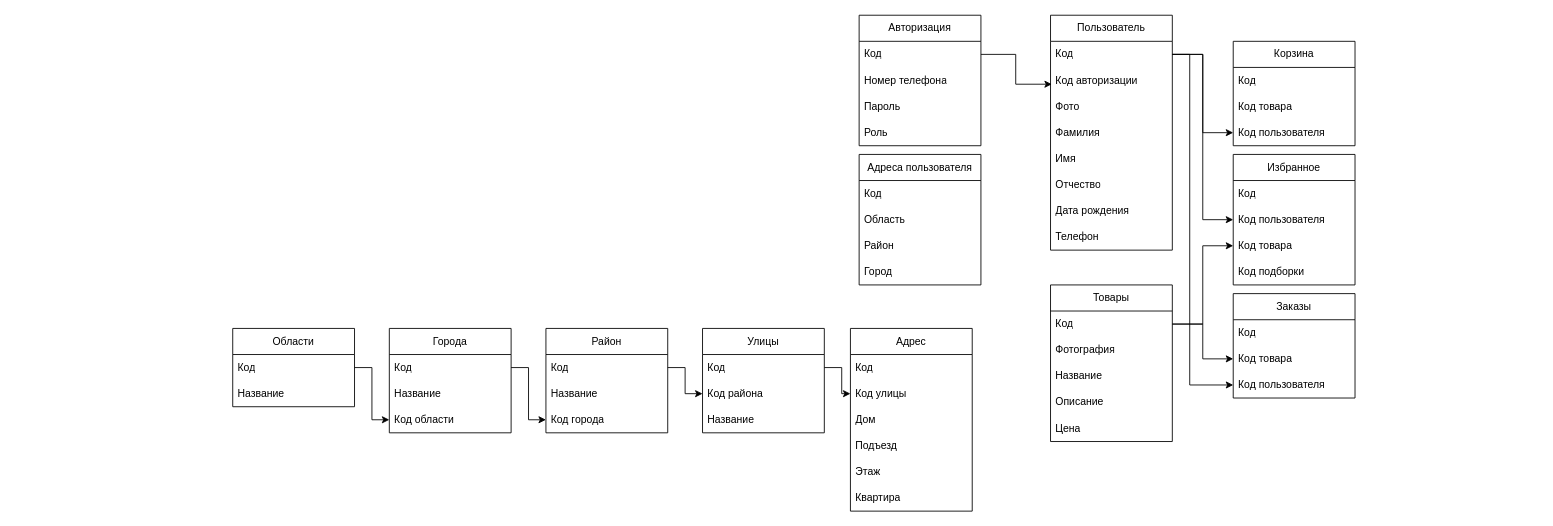
Above: Documents/SchemaBD.drawio in Anasikus/FlowersLife (draw.io), before the change. Source tidied: cells renumbered, new cells numbered last; positions are measured from the earlier drawing's top-left corner, leaving out a move shared by most shapes. Both pictures are drawn from the tidied source at 87%, with x=0, y=0 at pixel (232, 15).
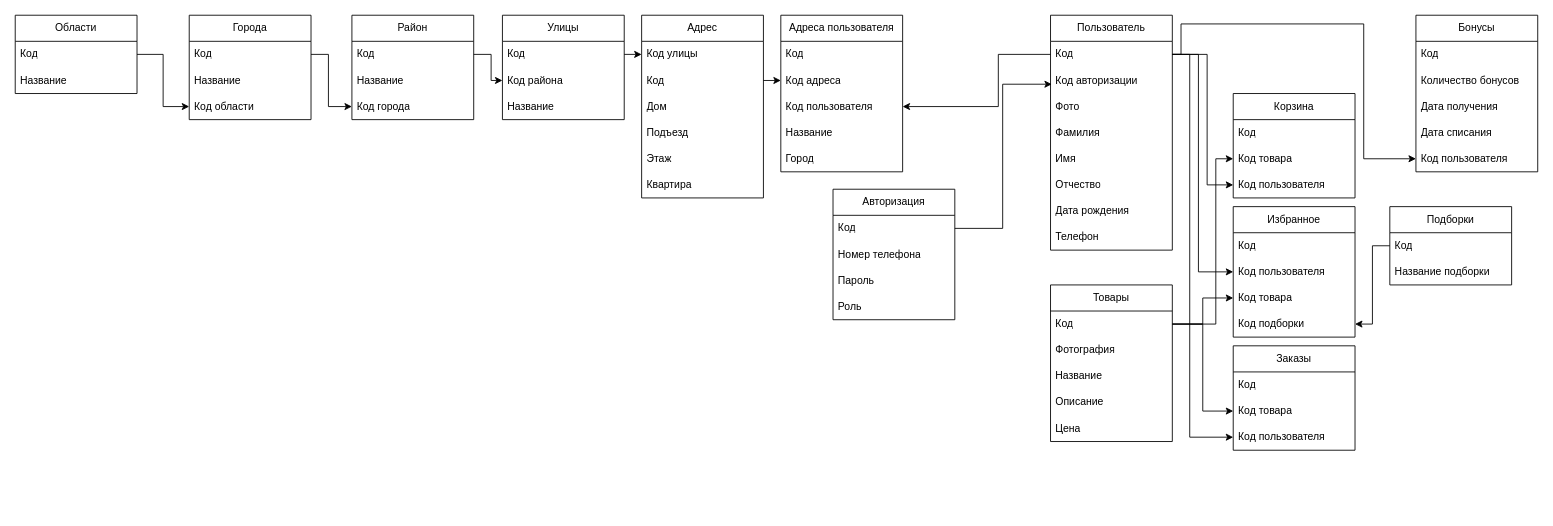
Above is the later version.

The change refers to these unchanged cells:
```xml
<mxCell id="8" value="Код" style="text;strokeColor=none;fillColor=none;align=left;verticalAlign=middle;spacingLeft=4;spacingRight=4;overflow=hidden;points=[[0,0.5],[1,0.5]];portConstraint=eastwest;whiteSpace=wrap;html=1;" parent="7" vertex="1">
  <mxGeometry y="30" width="140" height="30" as="geometry" />
</mxCell>
<mxCell id="19" value="Код пользователя" style="text;strokeColor=none;fillColor=none;align=left;verticalAlign=middle;spacingLeft=4;spacingRight=4;overflow=hidden;points=[[0,0.5],[1,0.5]];portConstraint=eastwest;whiteSpace=wrap;html=1;" parent="16" vertex="1">
  <mxGeometry y="90" width="140" height="30" as="geometry" />
</mxCell>
<mxCell id="26" value="Код" style="text;strokeColor=none;fillColor=none;align=left;verticalAlign=middle;spacingLeft=4;spacingRight=4;overflow=hidden;points=[[0,0.5],[1,0.5]];portConstraint=eastwest;whiteSpace=wrap;html=1;" parent="25" vertex="1">
  <mxGeometry y="30" width="140" height="30" as="geometry" />
</mxCell>
<mxCell id="34" value="Код пользователя" style="text;strokeColor=none;fillColor=none;align=left;verticalAlign=middle;spacingLeft=4;spacingRight=4;overflow=hidden;points=[[0,0.5],[1,0.5]];portConstraint=eastwest;whiteSpace=wrap;html=1;" parent="32" vertex="1">
  <mxGeometry y="60" width="140" height="30" as="geometry" />
</mxCell>
<mxCell id="36" value="Код подборки" style="text;strokeColor=none;fillColor=none;align=left;verticalAlign=middle;spacingLeft=4;spacingRight=4;overflow=hidden;points=[[0,0.5],[1,0.5]];portConstraint=eastwest;whiteSpace=wrap;html=1;" parent="32" vertex="1">
  <mxGeometry y="120" width="140" height="30" as="geometry" />
</mxCell>
<mxCell id="40" value="Код товара" style="text;strokeColor=none;fillColor=none;align=left;verticalAlign=middle;spacingLeft=4;spacingRight=4;overflow=hidden;points=[[0,0.5],[1,0.5]];portConstraint=eastwest;whiteSpace=wrap;html=1;" parent="38" vertex="1">
  <mxGeometry y="60" width="140" height="30" as="geometry" />
</mxCell>
<mxCell id="41" value="Код пользователя" style="text;strokeColor=none;fillColor=none;align=left;verticalAlign=middle;spacingLeft=4;spacingRight=4;overflow=hidden;points=[[0,0.5],[1,0.5]];portConstraint=eastwest;whiteSpace=wrap;html=1;" parent="38" vertex="1">
  <mxGeometry y="90" width="140" height="30" as="geometry" />
</mxCell>
<mxCell id="50" value="Код" style="text;strokeColor=none;fillColor=none;align=left;verticalAlign=middle;spacingLeft=4;spacingRight=4;overflow=hidden;points=[[0,0.5],[1,0.5]];portConstraint=eastwest;whiteSpace=wrap;html=1;" parent="49" vertex="1">
  <mxGeometry y="30" width="140" height="30" as="geometry" />
</mxCell>
<mxCell id="56" value="Код города" style="text;strokeColor=none;fillColor=none;align=left;verticalAlign=middle;spacingLeft=4;spacingRight=4;overflow=hidden;points=[[0,0.5],[1,0.5]];portConstraint=eastwest;whiteSpace=wrap;html=1;" parent="53" vertex="1">
  <mxGeometry y="90" width="140" height="30" as="geometry" />
</mxCell>
```

The edit, as a diff of the source:
```diff
@@
     <mxCell id="2" value="Авторизация" style="swimlane;fontStyle=0;horizontal=1;startSize=30;whiteSpace=wrap;html=1;" parent="1" vertex="1">
-      <mxGeometry x="720" width="140" height="150" as="geometry" />
+      <mxGeometry x="690" y="200" width="140" height="150" as="geometry" />
     </mxCell>
@@
     <mxCell id="16" value="Заказы" style="swimlane;fontStyle=0;horizontal=1;startSize=30;whiteSpace=wrap;html=1;" parent="1" vertex="1">
-      <mxGeometry x="1150" y="320" width="140" height="120" as="geometry" />
+      <mxGeometry x="1150" y="380" width="140" height="120" as="geometry" />
     </mxCell>
@@
     <mxCell id="20" value="Адреса пользователя" style="swimlane;fontStyle=0;horizontal=1;startSize=30;whiteSpace=wrap;html=1;" parent="1" vertex="1">
-      <mxGeometry x="720" y="160" width="140" height="150" as="geometry" />
+      <mxGeometry x="630" width="140" height="180" as="geometry" />
     </mxCell>
@@
-    <mxCell id="22" value="Область" style="text;strokeColor=none;fillColor=none;align=left;verticalAlign=middle;spacingLeft=4;spacingRight=4;overflow=hidden;points=[[0,0.5],[1,0.5]];portConstraint=eastwest;whiteSpace=wrap;html=1;" parent="20" vertex="1">
+    <mxCell id="22" value="Код адреса" style="text;strokeColor=none;fillColor=none;align=left;verticalAlign=middle;spacingLeft=4;spacingRight=4;overflow=hidden;points=[[0,0.5],[1,0.5]];portConstraint=eastwest;whiteSpace=wrap;html=1;" parent="20" vertex="1">
       <mxGeometry y="60" width="140" height="30" as="geometry" />
     </mxCell>
+    <mxCell id="72" value="Код пользователя" style="text;strokeColor=none;fillColor=none;align=left;verticalAlign=middle;spacingLeft=4;spacingRight=4;overflow=hidden;points=[[0,0.5],[1,0.5]];portConstraint=eastwest;whiteSpace=wrap;html=1;" parent="20" vertex="1">
+      <mxGeometry y="90" width="140" height="30" as="geometry" />
+    </mxCell>
-    <mxCell id="23" value="Район" style="text;strokeColor=none;fillColor=none;align=left;verticalAlign=middle;spacingLeft=4;spacingRight=4;overflow=hidden;whiteSpace=wrap;html=1;" parent="20" vertex="1">
-      <mxGeometry y="90" width="140" height="30" as="geometry" />
+    <mxCell id="23" value="Название" style="text;strokeColor=none;fillColor=none;align=left;verticalAlign=middle;spacingLeft=4;spacingRight=4;overflow=hidden;whiteSpace=wrap;html=1;" parent="20" vertex="1">
+      <mxGeometry y="120" width="140" height="30" as="geometry" />
     </mxCell>
     <mxCell id="24" value="Город" style="text;strokeColor=none;fillColor=none;align=left;verticalAlign=middle;spacingLeft=4;spacingRight=4;overflow=hidden;whiteSpace=wrap;html=1;" parent="20" vertex="1">
-      <mxGeometry y="120" width="140" height="30" as="geometry" />
+      <mxGeometry y="150" width="140" height="30" as="geometry" />
     </mxCell>
@@
     <mxCell id="32" value="Избранное" style="swimlane;fontStyle=0;horizontal=1;startSize=30;whiteSpace=wrap;html=1;" parent="1" vertex="1">
-      <mxGeometry x="1150" y="160" width="140" height="150" as="geometry" />
+      <mxGeometry x="1150" y="220" width="140" height="150" as="geometry" />
     </mxCell>
@@
     <mxCell id="38" value="Корзина" style="swimlane;fontStyle=0;horizontal=1;startSize=30;whiteSpace=wrap;html=1;" parent="1" vertex="1">
-      <mxGeometry x="1150" y="30" width="140" height="120" as="geometry" />
+      <mxGeometry x="1150" y="90" width="140" height="120" as="geometry" />
     </mxCell>
@@
     <mxCell id="43" style="edgeStyle=orthogonalEdgeStyle;rounded=0;jettySize=auto;html=1;exitX=1;exitY=0.5;exitDx=0;exitDy=0;entryX=0;entryY=0.5;entryDx=0;entryDy=0;" parent="1" edge="1" source="8" target="41">
-      <mxGeometry relative="1" as="geometry" />
+      <mxGeometry relative="1" as="geometry">
+        <Array as="points">
+          <mxPoint x="1120" y="45" />
+          <mxPoint x="1120" y="195" />
+        </Array>
+      </mxGeometry>
     </mxCell>
     <mxCell id="44" style="edgeStyle=orthogonalEdgeStyle;rounded=0;jettySize=auto;html=1;exitX=1;exitY=0.5;exitDx=0;exitDy=0;entryX=0;entryY=0.5;entryDx=0;entryDy=0;" parent="1" edge="1" source="8" target="34">
       <mxGeometry relative="1" as="geometry">
         <Array as="points">
-          <mxPoint x="1115" y="45" />
-          <mxPoint x="1115" y="235" />
+          <mxPoint x="1110" y="45" />
+          <mxPoint x="1110" y="295" />
         </Array>
       </mxGeometry>
     </mxCell>
     <mxCell id="45" style="edgeStyle=orthogonalEdgeStyle;rounded=0;jettySize=auto;html=1;exitX=1;exitY=0.5;exitDx=0;exitDy=0;entryX=0;entryY=0.5;entryDx=0;entryDy=0;" parent="1" edge="1" source="8" target="19">
       <mxGeometry relative="1" as="geometry">
         <Array as="points">
           <mxPoint x="1100" y="45" />
-          <mxPoint x="1100" y="425" />
+          <mxPoint x="1100" y="485" />
         </Array>
       </mxGeometry>
     </mxCell>
     <mxCell id="46" value="Области" style="swimlane;fontStyle=0;horizontal=1;startSize=30;whiteSpace=wrap;html=1;" parent="1" vertex="1">
-      <mxGeometry y="360" width="140" height="90" as="geometry" />
+      <mxGeometry x="-250" width="140" height="90" as="geometry" />
     </mxCell>
@@
     <mxCell id="49" value="Города" style="swimlane;fontStyle=0;horizontal=1;startSize=30;whiteSpace=wrap;html=1;" parent="1" vertex="1">
-      <mxGeometry x="180" y="360" width="140" height="120" as="geometry" />
+      <mxGeometry x="-50" width="140" height="120" as="geometry" />
     </mxCell>
@@
     <mxCell id="53" value="Район" style="swimlane;fontStyle=0;horizontal=1;startSize=30;whiteSpace=wrap;html=1;" parent="1" vertex="1">
-      <mxGeometry x="360" y="360" width="140" height="120" as="geometry" />
+      <mxGeometry x="137" width="140" height="120" as="geometry" />
     </mxCell>
@@
     <mxCell id="57" value="Улицы" style="swimlane;fontStyle=0;horizontal=1;startSize=30;whiteSpace=wrap;html=1;" parent="1" vertex="1">
-      <mxGeometry x="540" y="360" width="140" height="120" as="geometry" />
+      <mxGeometry x="310" width="140" height="120" as="geometry" />
     </mxCell>
@@
     <mxCell id="61" value="Адрес" style="swimlane;fontStyle=0;horizontal=1;startSize=30;whiteSpace=wrap;html=1;" parent="1" vertex="1">
-      <mxGeometry x="710" y="360" width="140" height="210" as="geometry" />
+      <mxGeometry x="470" width="140" height="210" as="geometry" />
     </mxCell>
+    <mxCell id="63" value="Код улицы" style="text;strokeColor=none;fillColor=none;align=left;verticalAlign=middle;spacingLeft=4;spacingRight=4;overflow=hidden;points=[[0,0.5],[1,0.5]];portConstraint=eastwest;whiteSpace=wrap;html=1;" parent="61" vertex="1">
+      <mxGeometry y="30" width="140" height="30" as="geometry" />
+    </mxCell>
     <mxCell id="62" value="Код" style="text;strokeColor=none;fillColor=none;align=left;verticalAlign=middle;spacingLeft=4;spacingRight=4;overflow=hidden;points=[[0,0.5],[1,0.5]];portConstraint=eastwest;whiteSpace=wrap;html=1;" parent="61" vertex="1">
-      <mxGeometry y="30" width="140" height="30" as="geometry" />
+      <mxGeometry y="60" width="140" height="30" as="geometry" />
     </mxCell>
-    <mxCell id="63" value="Код улицы" style="text;strokeColor=none;fillColor=none;align=left;verticalAlign=middle;spacingLeft=4;spacingRight=4;overflow=hidden;points=[[0,0.5],[1,0.5]];portConstraint=eastwest;whiteSpace=wrap;html=1;" parent="61" vertex="1">
-      <mxGeometry y="60" width="140" height="30" as="geometry" />
-    </mxCell>
@@
     <mxCell id="69" style="edgeStyle=orthogonalEdgeStyle;rounded=0;jettySize=auto;html=1;exitX=1;exitY=0.5;exitDx=0;exitDy=0;entryX=0;entryY=0.5;entryDx=0;entryDy=0;" parent="1" edge="1" source="50" target="56">
-      <mxGeometry relative="1" as="geometry" />
+      <mxGeometry relative="1" as="geometry">
+        <Array as="points">
+          <mxPoint x="110" y="45" />
+          <mxPoint x="110" y="105" />
+        </Array>
+      </mxGeometry>
     </mxCell>
@@
+    <mxCell id="73" style="edgeStyle=orthogonalEdgeStyle;rounded=0;jettySize=auto;html=1;exitX=1;exitY=0.5;exitDx=0;exitDy=0;entryX=0;entryY=0.5;entryDx=0;entryDy=0;" parent="1" edge="1" source="62" target="22">
+      <mxGeometry relative="1" as="geometry" />
+    </mxCell>
+    <mxCell id="74" style="edgeStyle=orthogonalEdgeStyle;rounded=0;jettySize=auto;html=1;exitX=0;exitY=0.5;exitDx=0;exitDy=0;entryX=1;entryY=0.5;entryDx=0;entryDy=0;" parent="1" edge="1" source="8" target="72">
+      <mxGeometry relative="1" as="geometry">
+        <Array as="points">
+          <mxPoint x="880" y="45" />
+          <mxPoint x="880" y="105" />
+        </Array>
+      </mxGeometry>
+    </mxCell>
+    <mxCell id="75" style="edgeStyle=orthogonalEdgeStyle;rounded=0;jettySize=auto;html=1;exitX=1;exitY=0.5;exitDx=0;exitDy=0;entryX=0;entryY=0.5;entryDx=0;entryDy=0;" parent="1" edge="1" source="26" target="40">
+      <mxGeometry relative="1" as="geometry">
+        <Array as="points">
+          <mxPoint x="1130" y="355" />
+          <mxPoint x="1130" y="165" />
+        </Array>
+      </mxGeometry>
+    </mxCell>
+    <mxCell id="76" value="Подборки" style="swimlane;fontStyle=0;horizontal=1;startSize=30;whiteSpace=wrap;html=1;" parent="1" vertex="1">
+      <mxGeometry x="1330" y="220" width="140" height="90" as="geometry" />
+    </mxCell>
+    <mxCell id="77" value="Код" style="text;strokeColor=none;fillColor=none;align=left;verticalAlign=middle;spacingLeft=4;spacingRight=4;overflow=hidden;points=[[0,0.5],[1,0.5]];portConstraint=eastwest;whiteSpace=wrap;html=1;" parent="76" vertex="1">
+      <mxGeometry y="30" width="140" height="30" as="geometry" />
+    </mxCell>
+    <mxCell id="78" value="Название подборки" style="text;strokeColor=none;fillColor=none;align=left;verticalAlign=middle;spacingLeft=4;spacingRight=4;overflow=hidden;whiteSpace=wrap;html=1;" parent="76" vertex="1">
+      <mxGeometry y="60" width="140" height="30" as="geometry" />
+    </mxCell>
+    <mxCell id="79" value="Бонусы" style="swimlane;fontStyle=0;horizontal=1;startSize=30;whiteSpace=wrap;html=1;" parent="1" vertex="1">
+      <mxGeometry x="1360" width="140" height="180" as="geometry" />
+    </mxCell>
+    <mxCell id="80" value="Код" style="text;strokeColor=none;fillColor=none;align=left;verticalAlign=middle;spacingLeft=4;spacingRight=4;overflow=hidden;whiteSpace=wrap;html=1;" parent="79" vertex="1">
+      <mxGeometry y="30" width="140" height="30" as="geometry" />
+    </mxCell>
+    <mxCell id="81" value="Количество бонусов" style="text;strokeColor=none;fillColor=none;align=left;verticalAlign=middle;spacingLeft=4;spacingRight=4;overflow=hidden;whiteSpace=wrap;html=1;" parent="79" vertex="1">
+      <mxGeometry y="60" width="140" height="30" as="geometry" />
+    </mxCell>
+    <mxCell id="82" value="Дата получения" style="text;strokeColor=none;fillColor=none;align=left;verticalAlign=middle;spacingLeft=4;spacingRight=4;overflow=hidden;whiteSpace=wrap;html=1;" parent="79" vertex="1">
+      <mxGeometry y="90" width="140" height="30" as="geometry" />
+    </mxCell>
+    <mxCell id="83" value="Дата списания" style="text;strokeColor=none;fillColor=none;align=left;verticalAlign=middle;spacingLeft=4;spacingRight=4;overflow=hidden;whiteSpace=wrap;html=1;" parent="79" vertex="1">
+      <mxGeometry y="120" width="140" height="30" as="geometry" />
+    </mxCell>
+    <mxCell id="84" value="Код пользователя" style="text;strokeColor=none;fillColor=none;align=left;verticalAlign=middle;spacingLeft=4;spacingRight=4;overflow=hidden;points=[[0,0.5],[1,0.5]];portConstraint=eastwest;whiteSpace=wrap;html=1;" parent="79" vertex="1">
+      <mxGeometry y="150" width="140" height="30" as="geometry" />
+    </mxCell>
+    <mxCell id="85" style="edgeStyle=orthogonalEdgeStyle;rounded=0;jettySize=auto;html=1;exitX=1;exitY=0.5;exitDx=0;exitDy=0;entryX=0;entryY=0.5;entryDx=0;entryDy=0;" parent="1" edge="1" source="8" target="84">
+      <mxGeometry relative="1" as="geometry">
+        <Array as="points">
+          <mxPoint x="1090" y="45" />
+          <mxPoint x="1090" y="10" />
+          <mxPoint x="1300" y="10" />
+          <mxPoint x="1300" y="165" />
+        </Array>
+      </mxGeometry>
+    </mxCell>
+    <mxCell id="86" style="edgeStyle=orthogonalEdgeStyle;rounded=0;jettySize=auto;html=1;exitX=0;exitY=0.5;exitDx=0;exitDy=0;entryX=1;entryY=0.5;entryDx=0;entryDy=0;" parent="1" edge="1" source="77" target="36">
+      <mxGeometry relative="1" as="geometry" />
+    </mxCell>
```
